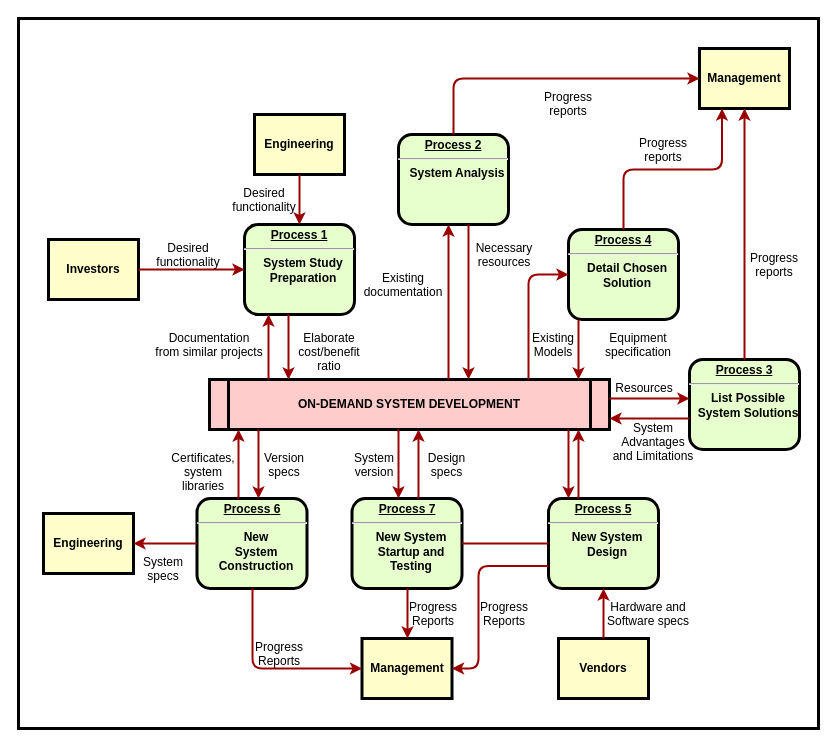
Before: ToDoList.API/test2.drawio in brown-aleks/TodoList, a draw.io diagram. Source tidied: cells renumbered, new cells numbered last; positions are measured from the earlier drawing's top-left corner, leaving out a move shared by most shapes. Both pictures are drawn from the tidied source at 100%, with x=0, y=0 at pixel (18, 18).
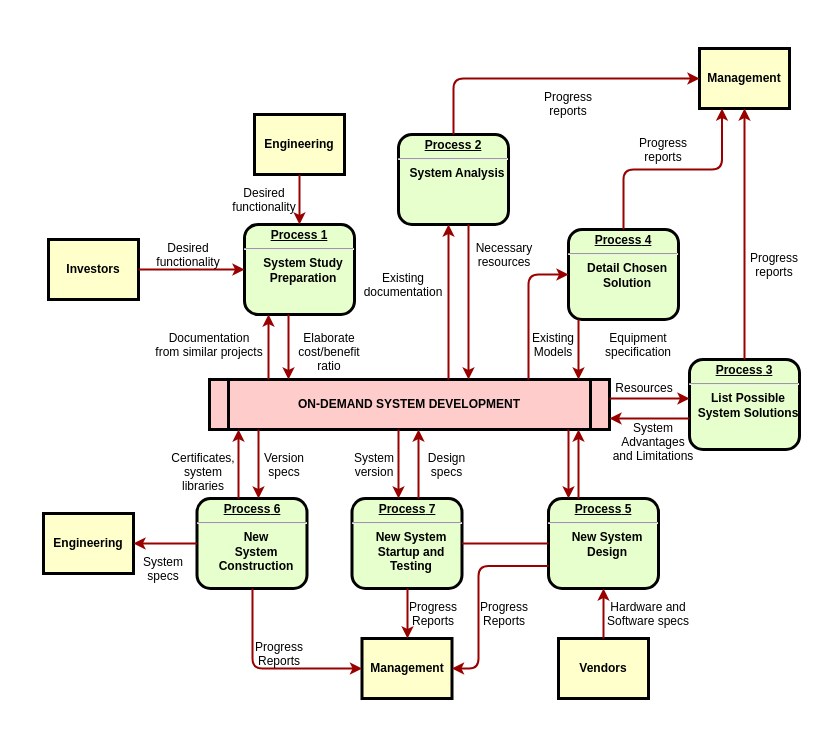
After the change.

Diff of the diagram source:
```diff
@@
-    <mxCell id="2" style="rounded=0;whiteSpace=wrap;html=1;labelBackgroundColor=none;labelBorderColor=none;strokeWidth=3;strokeColor=#000000;" parent="1" vertex="1">
+    <mxCell id="2" style="rounded=0;whiteSpace=wrap;html=1;labelBackgroundColor=none;labelBorderColor=none;strokeWidth=0;strokeColor=none;" parent="1" vertex="1">
       <mxGeometry width="800" height="710" as="geometry" />
     </mxCell>
```
